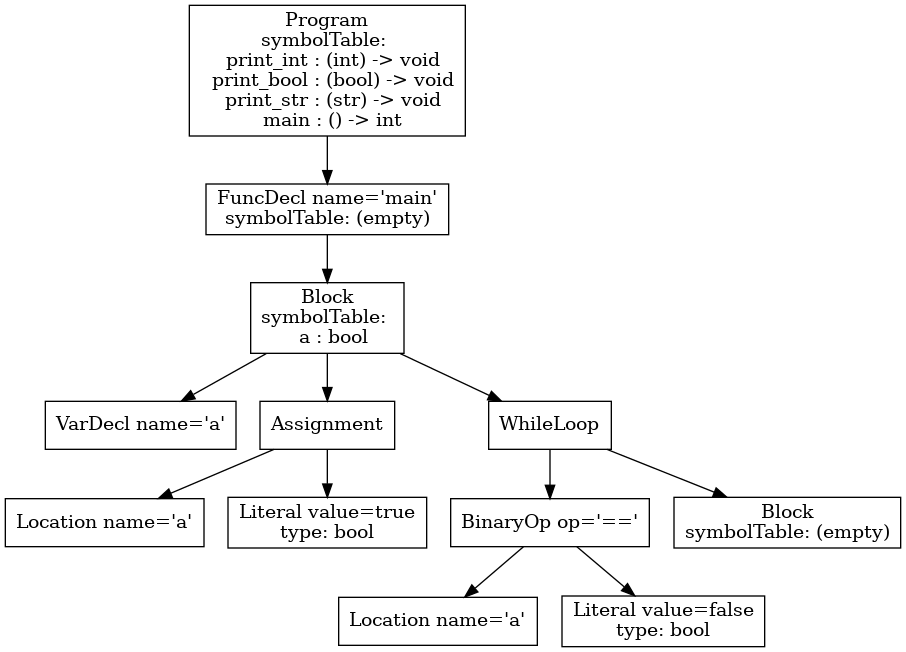
vtstew/p3-analysis keeps this Graphviz diagram as ast.png. Above is the earlier version. Its source is kept beside it as ast.dot.
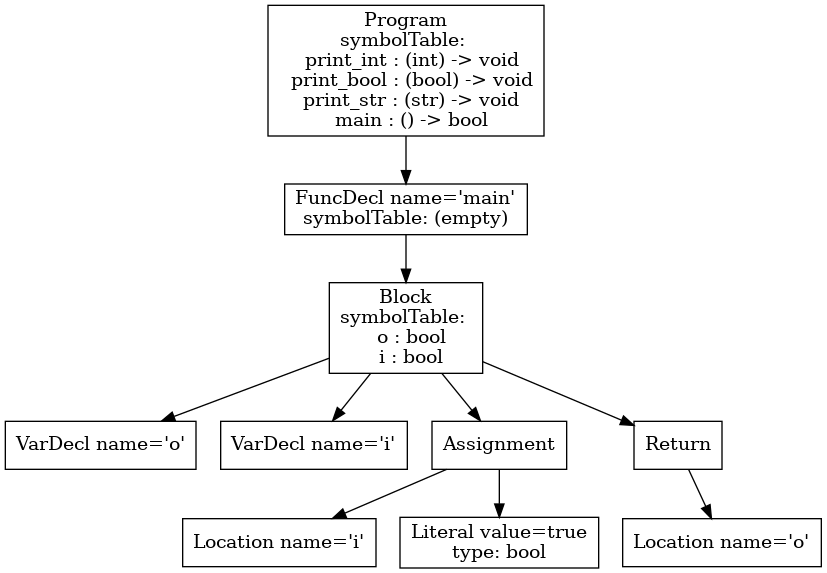
After the commit.

Commit message:
no void assign

Change to the diagram source:
```diff
@@ -1,25 +1,21 @@
 digraph AST {
-3 [shape=box, label="VarDecl name='a'"];
-5 [shape=box, label="Location name='a'"];
-6 [shape=box, label="Literal value=true\ntype: bool"];
-4 [shape=box, label="Assignment"];
-4 -> 5;
-4 -> 6;
-9 [shape=box, label="Location name='a'"];
-10 [shape=box, label="Literal value=false\ntype: bool"];
-8 [shape=box, label="BinaryOp op='=='"];
+3 [shape=box, label="VarDecl name='o'"];
+4 [shape=box, label="VarDecl name='i'"];
+6 [shape=box, label="Location name='i'"];
+7 [shape=box, label="Literal value=true\ntype: bool"];
+5 [shape=box, label="Assignment"];
+5 -> 6;
+5 -> 7;
+9 [shape=box, label="Location name='o'"];
+8 [shape=box, label="Return"];
 8 -> 9;
-8 -> 10;
-11 [shape=box, label="Block\nsymbolTable: (empty)"];
-7 [shape=box, label="WhileLoop"];
-7 -> 8;
-7 -> 11;
-2 [shape=box, label="Block\nsymbolTable: \n  a : bool"];
+2 [shape=box, label="Block\nsymbolTable: \n  o : bool\n  i : bool"];
 2 -> 3;
 2 -> 4;
-2 -> 7;
+2 -> 5;
+2 -> 8;
 1 [shape=box, label="FuncDecl name='main'\nsymbolTable: (empty)"];
 1 -> 2;
-0 [shape=box, label="Program\nsymbolTable: \n  print_int : (int) -> void\n  print_bool : (bool) -> void\n  print_str : (str) -> void\n  main : () -> int"];
+0 [shape=box, label="Program\nsymbolTable: \n  print_int : (int) -> void\n  print_bool : (bool) -> void\n  print_str : (str) -> void\n  main : () -> bool"];
 0 -> 1;
 }
```
